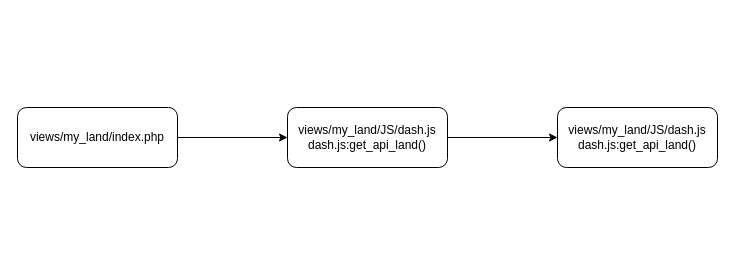
Before: murbaa.drawio in tarikwaleed/diagrams, a draw.io diagram. Source tidied: cells renumbered, new cells numbered last; positions are measured from the earlier drawing's top-left corner, leaving out a move shared by most shapes. Both pictures are drawn from the tidied source at 100%, with x=0, y=0 at pixel (17, 107).
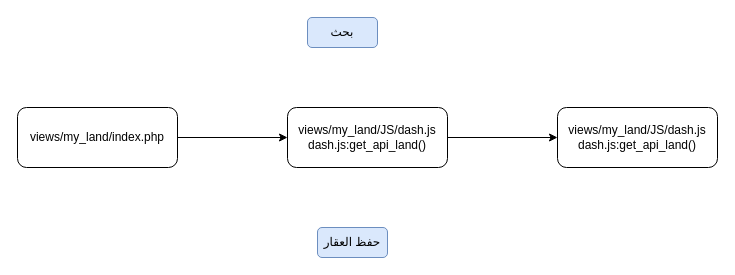
After the change.

What changed in the source:
```diff
@@
 <mxGraphModel>
   <root>
     <mxCell id="0" />
     <mxCell id="1" parent="0" />
     <mxCell id="2" style="edgeStyle=orthogonalEdgeStyle;rounded=0;jettySize=auto;html=1;exitX=1;exitY=0.5;exitDx=0;exitDy=0;entryX=0;entryY=0.5;entryDx=0;entryDy=0;" parent="1" edge="1" source="3" target="5">
       <mxGeometry relative="1" as="geometry" />
     </mxCell>
     <mxCell id="3" value="&lt;div&gt;views/my_land/index.php&lt;/div&gt;" style="rounded=1;whiteSpace=wrap;html=1;" parent="1" vertex="1">
       <mxGeometry width="160" height="60" as="geometry" />
     </mxCell>
     <mxCell id="4" style="edgeStyle=orthogonalEdgeStyle;rounded=0;jettySize=auto;html=1;exitX=1;exitY=0.5;exitDx=0;exitDy=0;entryX=0;entryY=0.5;entryDx=0;entryDy=0;" parent="1" edge="1" source="5" target="6">
       <mxGeometry relative="1" as="geometry" />
     </mxCell>
     <mxCell id="5" value="&lt;div&gt;views/my_land/JS/dash.js&lt;br&gt;dash.js:get_api_land()&lt;/div&gt;" style="rounded=1;whiteSpace=wrap;html=1;" parent="1" vertex="1">
       <mxGeometry x="270" width="160" height="60" as="geometry" />
     </mxCell>
     <mxCell id="6" value="&lt;div&gt;views/my_land/JS/dash.js&lt;br&gt;dash.js:get_api_land()&lt;/div&gt;" style="rounded=1;whiteSpace=wrap;html=1;" parent="1" vertex="1">
       <mxGeometry x="540" width="160" height="60" as="geometry" />
     </mxCell>
+    <mxCell id="7" value="بحث" style="rounded=1;whiteSpace=wrap;html=1;fillColor=#dae8fc;strokeColor=#6c8ebf;" parent="1" vertex="1">
+      <mxGeometry x="290" y="-90" width="70" height="30" as="geometry" />
+    </mxCell>
+    <mxCell id="8" value="حفظ العقار" style="rounded=1;whiteSpace=wrap;html=1;fillColor=#dae8fc;strokeColor=#6c8ebf;" parent="1" vertex="1">
+      <mxGeometry x="300" y="120" width="70" height="30" as="geometry" />
+    </mxCell>
   </root>
 </mxGraphModel>
```
